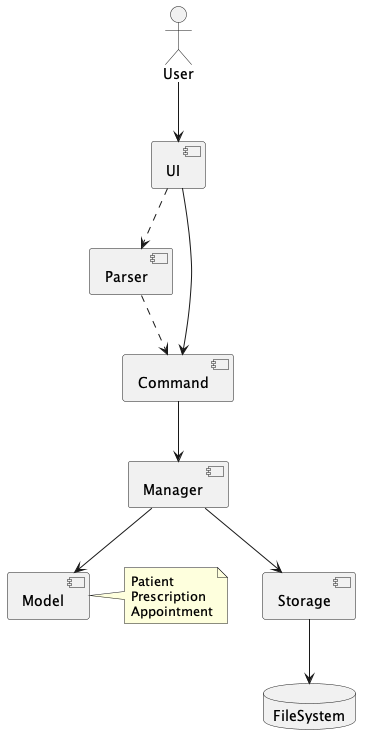
Earlier version of the PlantUML export docs/diagrams/ArchitectureDiagram.png (chwenyee/tp).
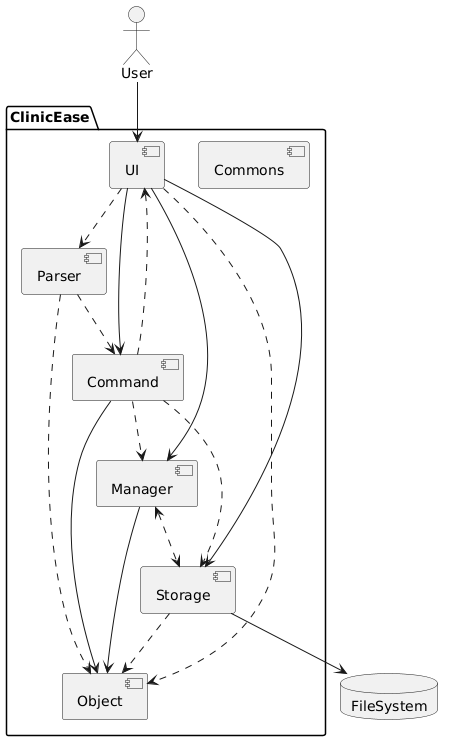
After the commit.

Commit message:
Updated Architeture Diagram and added Storage component

Change to the diagram source:
```diff
@@ -1,27 +1,31 @@
 @startuml
 actor User
 
+package "ClinicEase"{
 component UI
 component Parser
 component Command
 component Manager
-component Model
+component Object
 component Storage
+component Commons
+}
 database FileSystem
 
-note right of Model
-  Patient
-  Prescription
-  Appointment
-end note
-
 User --> UI
+UI ..> Object
 UI ..> Parser
+UI --> Manager
+UI --> Storage
 Parser ..> Command
-Command --> Manager
-Manager --> Model
-Manager --> Storage
+Parser ..> Object
+Command --> Object
+Command ..> UI
+Command ..> Manager
+Command ..> Storage
+Manager --> Object
+Manager <..> Storage
+Storage ..> Object
 UI --> Command
 Storage --> FileSystem
-
 @enduml
```
